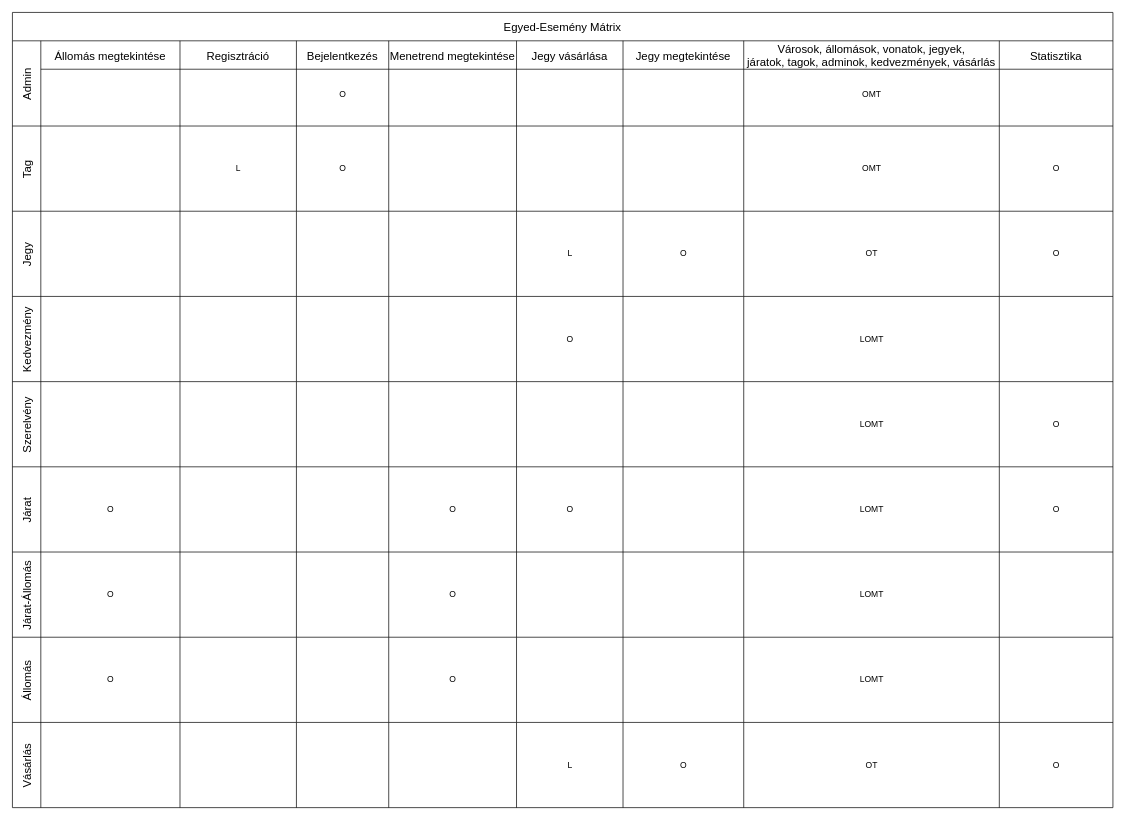
Before: page "1 oldal" (1 of 3) of dokumentacio/Egyed-Esemény mátrix.drawio in RevMarci/vasutmenetrend, a draw.io diagram. Source tidied: cells renumbered, new cells numbered last; positions are measured from the earlier drawing's top-left corner, leaving out a move shared by most shapes. Both pictures are drawn from the tidied source at 71%, with x=0, y=0 at pixel (12, 12).
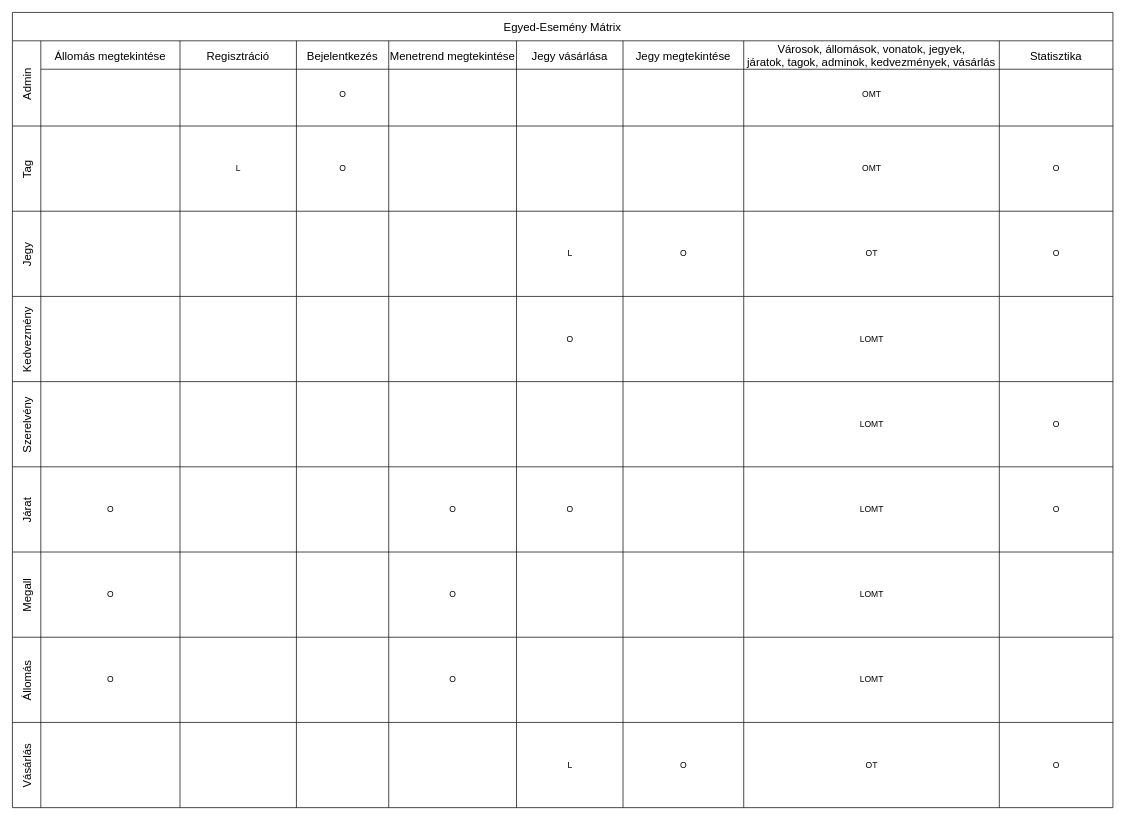
The same page after the edit.

Commit message (it also covers changes not shown here):
Egyed-esemény végre jól benne

The change refers to these unchanged cells:
```xml
<mxCell id="2" value="Egyed-Esemény Mátrix" style="shape=table;childLayout=tableLayout;startSize=40;fontSize=16;" parent="1" vertex="1">
  <mxGeometry width="1550" height="1120" as="geometry" />
</mxCell>
```

The edit, as a diff of the source:
```diff
@@
-    <mxCell id="76" value="Járat-Állomás" style="shape=tableRow;horizontal=0;swimlaneHead=0;swimlaneBody=0;top=0;left=0;strokeColor=inherit;bottom=0;right=0;fontStyle=0;fillColor=none;startSize=40;fontSize=16;" parent="2" vertex="1">
+    <mxCell id="76" value="Megall" style="shape=tableRow;horizontal=0;swimlaneHead=0;swimlaneBody=0;top=0;left=0;strokeColor=inherit;bottom=0;right=0;fontStyle=0;fillColor=none;startSize=40;fontSize=16;" parent="2" vertex="1">
       <mxGeometry y="760" width="1550" height="120" as="geometry" />
     </mxCell>
```
